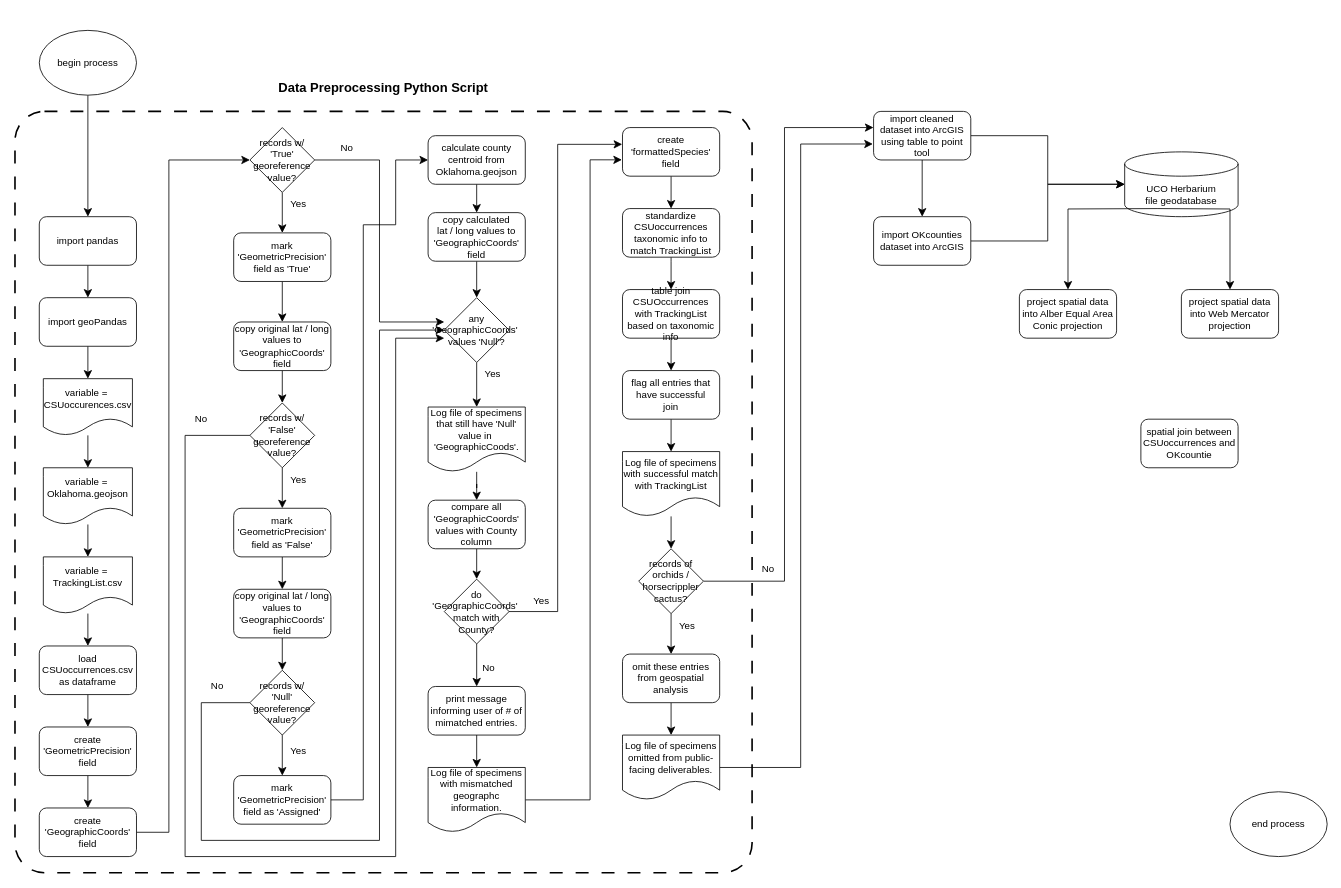
This is docs/wrightCapstoneFlowchart.drawio from Mwright710788/CapstoneFiles, a draw.io file, before an edit. Source tidied: cells renumbered, new cells numbered last; positions are measured from the earlier drawing's top-left corner, leaving out a move shared by most shapes. Both pictures are drawn from the tidied source at 81%, with x=0, y=0 at pixel (15, 30).
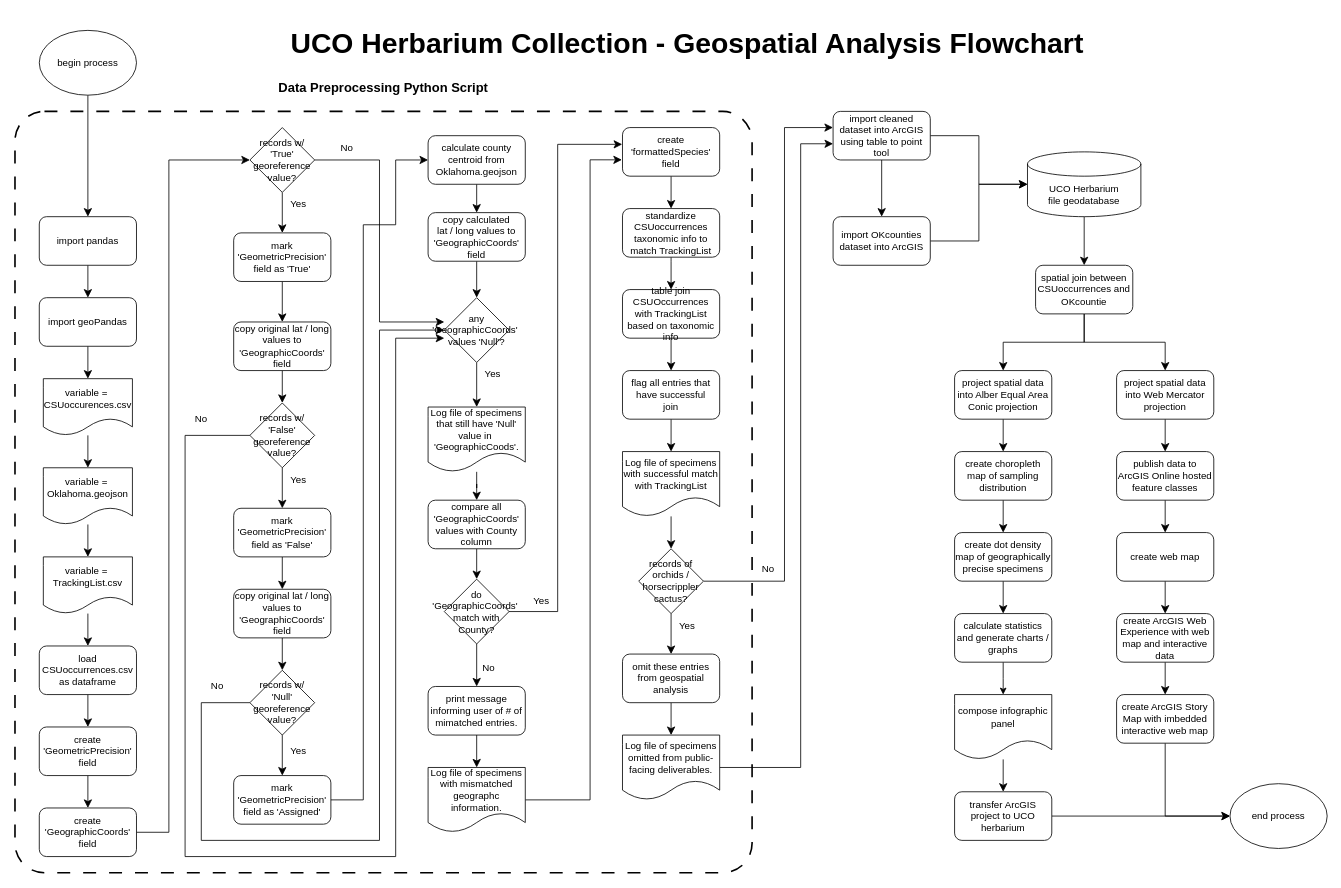
The same diagram, later.

Commit message:
Finalized UCO Herbarium Flowchart

Unchanged cells that the change refers to:
```xml
<mxCell id="71" value="Log file of specimens&lt;div&gt;omitted from public-facing deliverables.&lt;br&gt;&lt;/div&gt;" style="shape=document;whiteSpace=wrap;html=1;boundedLbl=1;" parent="1" vertex="1">
  <mxGeometry x="750" y="870" width="120" height="80" as="geometry" />
</mxCell>
```

What changed in the source:
```diff
@@
-    <mxCell id="70" style="edgeStyle=orthogonalEdgeStyle;rounded=0;jettySize=auto;html=1;exitX=1;exitY=0.5;exitDx=0;exitDy=0;entryX=-0.008;entryY=0.671;entryDx=0;entryDy=0;startSize=8;endSize=8;entryPerimeter=0;" parent="1" edge="1" source="71" target="89">
+    <mxCell id="70" style="edgeStyle=orthogonalEdgeStyle;rounded=0;jettySize=auto;html=1;exitX=1;exitY=0.5;exitDx=0;exitDy=0;startSize=8;endSize=8;" parent="1" edge="1" source="71">
       <mxGeometry relative="1" as="geometry">
+        <mxPoint x="1010" y="140" as="targetPoint" />
         <Array as="points">
           <mxPoint x="970" y="910" />
           <mxPoint x="970" y="140" />
-          <mxPoint x="1060" y="140" />
+          <mxPoint x="1000" y="140" />
         </Array>
       </mxGeometry>
     </mxCell>
@@
     <mxCell id="72" value="end process" style="ellipse;whiteSpace=wrap;html=1;" parent="1" vertex="1">
-      <mxGeometry x="1500" y="940" width="120" height="80" as="geometry" />
+      <mxGeometry x="1500" y="930" width="120" height="80" as="geometry" />
     </mxCell>
@@
     <mxCell id="89" value="&lt;div&gt;import cleaned dataset into ArcGIS&lt;/div&gt;&lt;div&gt;using table to point tool&lt;/div&gt;" style="rounded=1;whiteSpace=wrap;html=1;" parent="1" vertex="1">
-      <mxGeometry x="1060" y="100" width="120" height="60" as="geometry" />
+      <mxGeometry x="1010" y="100" width="120" height="60" as="geometry" />
     </mxCell>
@@
     <mxCell id="91" value="&lt;div&gt;import OKcounties dataset into ArcGIS&lt;/div&gt;" style="rounded=1;whiteSpace=wrap;html=1;" parent="1" vertex="1">
-      <mxGeometry x="1060" y="230" width="120" height="60" as="geometry" />
+      <mxGeometry x="1010" y="230" width="120" height="60" as="geometry" />
     </mxCell>
+    <mxCell id="98" style="edgeStyle=orthogonalEdgeStyle;rounded=0;jettySize=auto;html=1;exitX=0.5;exitY=1;exitDx=0;exitDy=0;exitPerimeter=0;entryX=0.5;entryY=0;entryDx=0;entryDy=0;endSize=8;startSize=8;" parent="1" edge="1" source="92" target="97">
+      <mxGeometry relative="1" as="geometry" />
+    </mxCell>
     <mxCell id="92" value="UCO Herbarium&lt;div&gt;file geodatabase&lt;/div&gt;" style="shape=cylinder3;whiteSpace=wrap;html=1;boundedLbl=1;backgroundOutline=1;size=15;" parent="1" vertex="1">
-      <mxGeometry x="1370" y="150" width="140" height="80" as="geometry" />
+      <mxGeometry x="1250" y="150" width="140" height="80" as="geometry" />
     </mxCell>
-    <mxCell id="93" style="edgeStyle=orthogonalEdgeStyle;rounded=0;jettySize=auto;html=1;exitX=0.5;exitY=1;exitDx=0;exitDy=0;entryX=0.5;entryY=0;entryDx=0;entryDy=0;endSize=8;startSize=8;" parent="1" edge="1" target="95">
-      <mxGeometry relative="1" as="geometry">
-        <mxPoint x="1410" y="220" as="sourcePoint" />
-      </mxGeometry>
-    </mxCell>
-    <mxCell id="94" style="edgeStyle=orthogonalEdgeStyle;rounded=0;jettySize=auto;html=1;exitX=0.5;exitY=1;exitDx=0;exitDy=0;entryX=0.5;entryY=0;entryDx=0;entryDy=0;endSize=8;startSize=8;" parent="1" edge="1" target="96">
-      <mxGeometry relative="1" as="geometry">
-        <mxPoint x="1410" y="220" as="sourcePoint" />
-      </mxGeometry>
-    </mxCell>
+    <mxCell id="99" style="edgeStyle=orthogonalEdgeStyle;rounded=0;jettySize=auto;html=1;exitX=0.5;exitY=1;exitDx=0;exitDy=0;entryX=0.5;entryY=0;entryDx=0;entryDy=0;endSize=8;startSize=8;" parent="1" edge="1" source="95" target="105">
+      <mxGeometry relative="1" as="geometry" />
+    </mxCell>
     <mxCell id="95" value="&lt;div&gt;project spatial data into Alber Equal Area Conic projection&lt;/div&gt;" style="rounded=1;whiteSpace=wrap;html=1;" parent="1" vertex="1">
-      <mxGeometry x="1240" y="320" width="120" height="60" as="geometry" />
+      <mxGeometry x="1160" y="420" width="120" height="60" as="geometry" />
     </mxCell>
+    <mxCell id="100" style="edgeStyle=orthogonalEdgeStyle;rounded=0;jettySize=auto;html=1;exitX=0.5;exitY=1;exitDx=0;exitDy=0;entryX=0.5;entryY=0;entryDx=0;entryDy=0;startSize=8;endSize=8;" parent="1" edge="1" source="96" target="107">
+      <mxGeometry relative="1" as="geometry" />
+    </mxCell>
     <mxCell id="96" value="&lt;div&gt;project spatial data into Web Mercator projection&lt;/div&gt;" style="rounded=1;whiteSpace=wrap;html=1;" parent="1" vertex="1">
-      <mxGeometry x="1440" y="320" width="120" height="60" as="geometry" />
+      <mxGeometry x="1360" y="420" width="120" height="60" as="geometry" />
     </mxCell>
+    <mxCell id="101" style="edgeStyle=orthogonalEdgeStyle;rounded=0;jettySize=auto;html=1;exitX=0.5;exitY=1;exitDx=0;exitDy=0;entryX=0.5;entryY=0;entryDx=0;entryDy=0;startSize=8;endSize=8;" parent="1" edge="1" source="97" target="95">
+      <mxGeometry relative="1" as="geometry" />
+    </mxCell>
+    <mxCell id="102" style="edgeStyle=orthogonalEdgeStyle;rounded=0;jettySize=auto;html=1;exitX=0.5;exitY=1;exitDx=0;exitDy=0;entryX=0.5;entryY=0;entryDx=0;entryDy=0;startSize=8;endSize=8;" parent="1" edge="1" source="97" target="96">
+      <mxGeometry relative="1" as="geometry" />
+    </mxCell>
     <mxCell id="97" value="&lt;div&gt;spatial join between CSUoccurrences and&lt;/div&gt;&lt;div&gt;OKcountie&lt;/div&gt;" style="rounded=1;whiteSpace=wrap;html=1;" parent="1" vertex="1">
-      <mxGeometry x="1390" y="480" width="120" height="60" as="geometry" />
+      <mxGeometry x="1260" y="290" width="120" height="60" as="geometry" />
     </mxCell>
+    <mxCell id="103" value="UCO Herbarium Collection - Geospatial Analysis Flowchart" style="text;html=1;whiteSpace=wrap;strokeColor=none;fillColor=none;align=center;verticalAlign=middle;rounded=0;fontSize=35;fontStyle=1;" parent="1" vertex="1">
+      <mxGeometry x="300" y="-20" width="1060" height="70" as="geometry" />
+    </mxCell>
+    <mxCell id="104" style="edgeStyle=orthogonalEdgeStyle;rounded=0;jettySize=auto;html=1;exitX=0.5;exitY=1;exitDx=0;exitDy=0;entryX=0.5;entryY=0;entryDx=0;entryDy=0;startSize=8;endSize=8;" parent="1" edge="1" source="105" target="109">
+      <mxGeometry relative="1" as="geometry" />
+    </mxCell>
+    <mxCell id="105" value="&lt;div&gt;create choropleth map of sampling distribution&lt;/div&gt;" style="rounded=1;whiteSpace=wrap;html=1;" parent="1" vertex="1">
+      <mxGeometry x="1160" y="520" width="120" height="60" as="geometry" />
+    </mxCell>
+    <mxCell id="106" style="edgeStyle=orthogonalEdgeStyle;rounded=0;jettySize=auto;html=1;exitX=0.5;exitY=1;exitDx=0;exitDy=0;entryX=0.5;entryY=0;entryDx=0;entryDy=0;startSize=8;endSize=8;" parent="1" edge="1" source="107" target="111">
+      <mxGeometry relative="1" as="geometry" />
+    </mxCell>
+    <mxCell id="107" value="&lt;div&gt;publish data to ArcGIS Online hosted feature classes&lt;/div&gt;" style="rounded=1;whiteSpace=wrap;html=1;" parent="1" vertex="1">
+      <mxGeometry x="1360" y="520" width="120" height="60" as="geometry" />
+    </mxCell>
+    <mxCell id="108" style="edgeStyle=orthogonalEdgeStyle;rounded=0;jettySize=auto;html=1;exitX=0.5;exitY=1;exitDx=0;exitDy=0;entryX=0.5;entryY=0;entryDx=0;entryDy=0;startSize=8;endSize=8;" parent="1" edge="1" source="109" target="113">
+      <mxGeometry relative="1" as="geometry" />
+    </mxCell>
+    <mxCell id="109" value="&lt;div&gt;create dot density map of geographically precise specimens&lt;/div&gt;" style="rounded=1;whiteSpace=wrap;html=1;" parent="1" vertex="1">
+      <mxGeometry x="1160" y="620" width="120" height="60" as="geometry" />
+    </mxCell>
+    <mxCell id="110" style="edgeStyle=orthogonalEdgeStyle;rounded=0;jettySize=auto;html=1;exitX=0.5;exitY=1;exitDx=0;exitDy=0;entryX=0.5;entryY=0;entryDx=0;entryDy=0;startSize=8;endSize=8;" parent="1" edge="1" source="111" target="115">
+      <mxGeometry relative="1" as="geometry" />
+    </mxCell>
+    <mxCell id="111" value="&lt;div&gt;create web map&lt;/div&gt;" style="rounded=1;whiteSpace=wrap;html=1;" parent="1" vertex="1">
+      <mxGeometry x="1360" y="620" width="120" height="60" as="geometry" />
+    </mxCell>
+    <mxCell id="112" style="edgeStyle=orthogonalEdgeStyle;rounded=0;jettySize=auto;html=1;exitX=0.5;exitY=1;exitDx=0;exitDy=0;entryX=0.5;entryY=0;entryDx=0;entryDy=0;startSize=8;" parent="1" edge="1" source="113">
+      <mxGeometry relative="1" as="geometry">
+        <mxPoint x="1220" y="820" as="targetPoint" />
+      </mxGeometry>
+    </mxCell>
+    <mxCell id="113" value="calculate statistics and generate charts / graphs" style="rounded=1;whiteSpace=wrap;html=1;" parent="1" vertex="1">
+      <mxGeometry x="1160" y="720" width="120" height="60" as="geometry" />
+    </mxCell>
+    <mxCell id="114" style="edgeStyle=orthogonalEdgeStyle;rounded=0;jettySize=auto;html=1;exitX=0.5;exitY=1;exitDx=0;exitDy=0;entryX=0.5;entryY=0;entryDx=0;entryDy=0;startSize=8;endSize=8;" parent="1" edge="1" source="115" target="117">
+      <mxGeometry relative="1" as="geometry" />
+    </mxCell>
+    <mxCell id="115" value="&lt;div&gt;create ArcGIS Web Experience with web map and interactive data&lt;/div&gt;" style="rounded=1;whiteSpace=wrap;html=1;" parent="1" vertex="1">
+      <mxGeometry x="1360" y="720" width="120" height="60" as="geometry" />
+    </mxCell>
+    <mxCell id="116" style="edgeStyle=orthogonalEdgeStyle;rounded=0;jettySize=auto;html=1;exitX=0.5;exitY=1;exitDx=0;exitDy=0;entryX=0;entryY=0.5;entryDx=0;entryDy=0;startSize=8;endSize=8;" parent="1" edge="1" source="117" target="72">
+      <mxGeometry relative="1" as="geometry" />
+    </mxCell>
+    <mxCell id="117" value="&lt;div&gt;create ArcGIS Story Map with imbedded interactive web map&lt;/div&gt;" style="rounded=1;whiteSpace=wrap;html=1;" parent="1" vertex="1">
+      <mxGeometry x="1360" y="820" width="120" height="60" as="geometry" />
+    </mxCell>
+    <mxCell id="118" style="edgeStyle=orthogonalEdgeStyle;rounded=0;jettySize=auto;html=1;entryX=0.5;entryY=0;entryDx=0;entryDy=0;startSize=8;endSize=8;" parent="1" edge="1" source="119" target="121">
+      <mxGeometry relative="1" as="geometry" />
+    </mxCell>
+    <mxCell id="119" value="compose infographic panel" style="shape=document;whiteSpace=wrap;html=1;boundedLbl=1;" parent="1" vertex="1">
+      <mxGeometry x="1160" y="820" width="120" height="80" as="geometry" />
+    </mxCell>
+    <mxCell id="120" style="edgeStyle=orthogonalEdgeStyle;rounded=0;jettySize=auto;html=1;exitX=1;exitY=0.5;exitDx=0;exitDy=0;entryX=0;entryY=0.5;entryDx=0;entryDy=0;startSize=8;endSize=8;" parent="1" edge="1" source="121" target="72">
+      <mxGeometry relative="1" as="geometry" />
+    </mxCell>
+    <mxCell id="121" value="transfer ArcGIS project to UCO herbarium" style="rounded=1;whiteSpace=wrap;html=1;" parent="1" vertex="1">
+      <mxGeometry x="1160" y="940" width="120" height="60" as="geometry" />
+    </mxCell>
```
